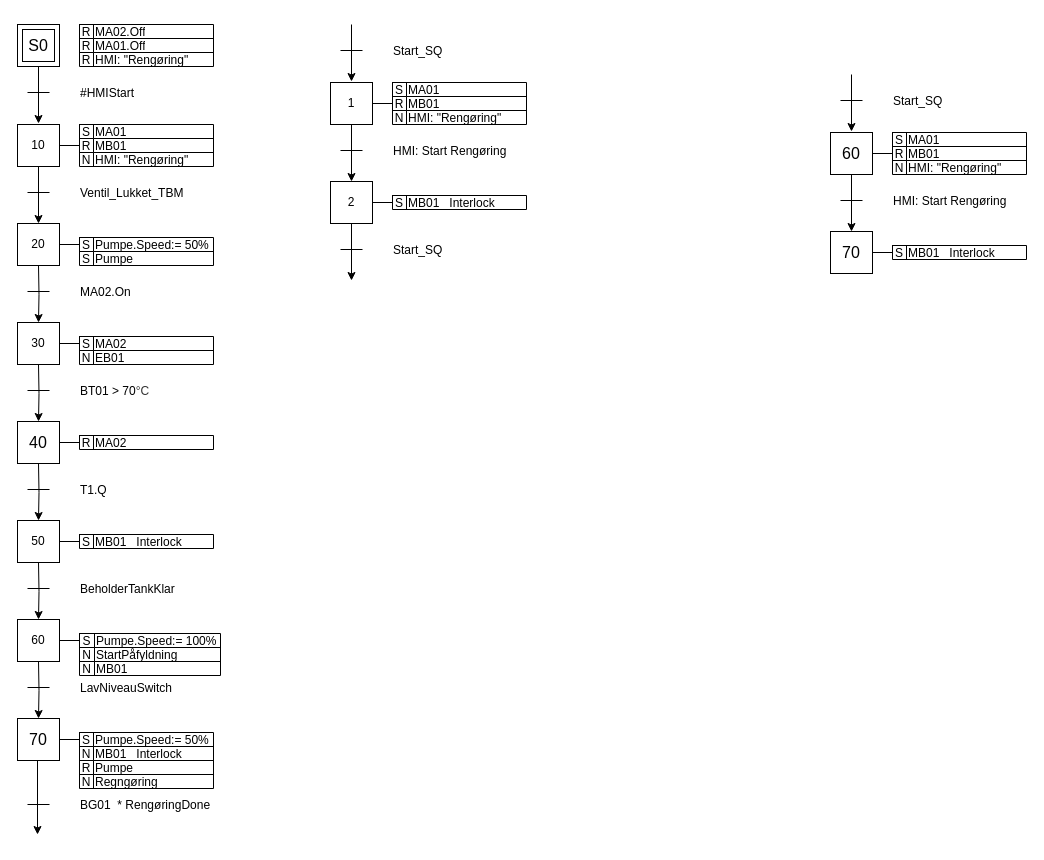
Before: Untitled Diagram.drawio in p0l3h/p0l3h, a draw.io diagram. Source tidied: cells renumbered, new cells numbered last; positions are measured from the earlier drawing's top-left corner, leaving out a move shared by most shapes. Both pictures are drawn from the tidied source at 100%, with x=0, y=0 at pixel (17, 24).
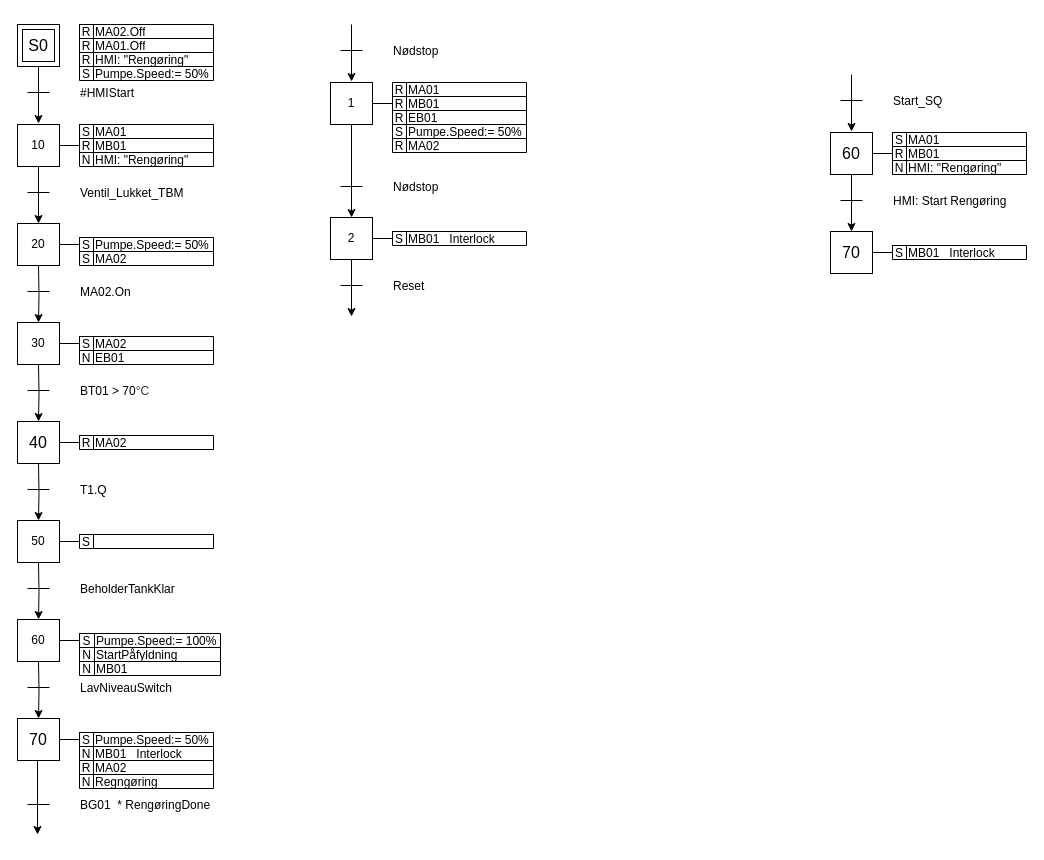
After the change.

The change refers to these unchanged cells:
```xml
<mxCell id="28" style="shape=tableRow;horizontal=0;startSize=0;swimlaneHead=0;swimlaneBody=0;strokeColor=inherit;top=0;left=0;bottom=0;right=0;fillColor=none;fontSize=16;" parent="24" vertex="1">
  <mxGeometry y="14" width="134" height="14" as="geometry" />
</mxCell>
<mxCell id="82" style="shape=tableRow;horizontal=0;startSize=0;swimlaneHead=0;swimlaneBody=0;strokeColor=inherit;top=0;left=0;bottom=0;right=0;fillColor=none;fontSize=16;" parent="81" vertex="1">
  <mxGeometry width="134" height="14" as="geometry" />
</mxCell>
<mxCell id="112" style="shape=tableRow;horizontal=0;startSize=0;swimlaneHead=0;swimlaneBody=0;strokeColor=inherit;top=0;left=0;bottom=0;right=0;fillColor=none;fontSize=16;" parent="105" vertex="1">
  <mxGeometry y="28" width="134" height="14" as="geometry" />
</mxCell>
<mxCell id="119" style="endArrow=none;html=1;" parent="1" edge="1">
  <mxGeometry relative="1" as="geometry">
    <mxPoint x="323" y="26" as="sourcePoint" />
    <mxPoint x="345" y="26" as="targetPoint" />
  </mxGeometry>
</mxCell>
<mxCell id="124" style="shape=tableRow;horizontal=0;startSize=0;swimlaneHead=0;swimlaneBody=0;strokeColor=inherit;top=0;left=0;bottom=0;right=0;fillColor=none;fontSize=16;" parent="123" vertex="1">
  <mxGeometry width="134" height="14" as="geometry" />
</mxCell>
<mxCell id="130" style="shape=tableRow;horizontal=0;startSize=0;swimlaneHead=0;swimlaneBody=0;strokeColor=inherit;top=0;left=0;bottom=0;right=0;fillColor=none;fontSize=16;" parent="123" vertex="1">
  <mxGeometry y="28" width="134" height="14" as="geometry" />
</mxCell>
```

Diff of the diagram source:
```diff
@@
-    <mxCell id="30" value="Pumpe" style="shape=partialRectangle;whiteSpace=wrap;strokeColor=inherit;overflow=hidden;fillColor=none;top=0;left=0;bottom=0;right=0;fontSize=12;align=left;verticalAlign=middle;html=1;spacing=0;spacingLeft=2;" parent="28" vertex="1">
+    <mxCell id="30" value="MA02" style="shape=partialRectangle;whiteSpace=wrap;strokeColor=inherit;overflow=hidden;fillColor=none;top=0;left=0;bottom=0;right=0;fontSize=12;align=left;verticalAlign=middle;html=1;spacing=0;spacingLeft=2;" parent="28" vertex="1">
       <mxGeometry x="14" width="120" height="14" as="geometry" />
     </mxCell>
@@
-    <mxCell id="84" value="MB01_ Interlock" style="shape=partialRectangle;whiteSpace=wrap;strokeColor=inherit;overflow=hidden;fillColor=none;top=0;left=0;bottom=0;right=0;fontSize=12;align=left;verticalAlign=middle;html=1;spacing=0;spacingLeft=2;" parent="82" vertex="1">
+    <mxCell id="84" style="shape=partialRectangle;whiteSpace=wrap;strokeColor=inherit;overflow=hidden;fillColor=none;top=0;left=0;bottom=0;right=0;fontSize=12;align=left;verticalAlign=middle;html=1;spacing=0;spacingLeft=2;" parent="82" vertex="1">
       <mxGeometry x="14" width="120" height="14" as="geometry" />
     </mxCell>
@@
-    <mxCell id="114" value="Pumpe" style="shape=partialRectangle;whiteSpace=wrap;strokeColor=inherit;overflow=hidden;fillColor=none;top=0;left=0;bottom=0;right=0;fontSize=12;align=left;verticalAlign=middle;html=1;spacing=0;spacingLeft=2;" parent="112" vertex="1">
+    <mxCell id="114" value="MA02" style="shape=partialRectangle;whiteSpace=wrap;strokeColor=inherit;overflow=hidden;fillColor=none;top=0;left=0;bottom=0;right=0;fontSize=12;align=left;verticalAlign=middle;html=1;spacing=0;spacingLeft=2;" parent="112" vertex="1">
       <mxGeometry x="14" width="120" height="14" as="geometry" />
     </mxCell>
@@
-    <mxCell id="120" value="Start_SQ" style="edgeLabel;html=1;align=left;verticalAlign=middle;labelBackgroundColor=none;fontSize=12;" parent="119" vertex="1">
+    <mxCell id="120" value="&lt;div&gt;Nødstop&lt;/div&gt;" style="edgeLabel;html=1;align=left;verticalAlign=middle;labelBackgroundColor=none;fontSize=12;strokeColor=none;" parent="119" vertex="1">
       <mxGeometry x="-0.87" y="-1" relative="1" as="geometry">
         <mxPoint x="50" y="-1" as="offset" />
       </mxGeometry>
     </mxCell>
@@
     <mxCell id="123" style="shape=table;startSize=0;childLayout=tableLayout;fontSize=12;rounded=1;swimlaneLine=1;align=left;spacing=2;" parent="1" vertex="1">
-      <mxGeometry x="375" y="58" width="134" height="42" as="geometry" />
+      <mxGeometry x="375" y="58" width="134" height="70" as="geometry" />
     </mxCell>
@@
-    <mxCell id="125" value="S" style="shape=partialRectangle;html=1;whiteSpace=wrap;strokeColor=inherit;overflow=hidden;fillColor=none;top=0;left=0;bottom=0;right=0;fontSize=12;align=center;verticalAlign=middle;labelPosition=center;verticalLabelPosition=middle;horizontal=1;spacing=0;" parent="124" vertex="1">
+    <mxCell id="125" value="R" style="shape=partialRectangle;html=1;whiteSpace=wrap;strokeColor=inherit;overflow=hidden;fillColor=none;top=0;left=0;bottom=0;right=0;fontSize=12;align=center;verticalAlign=middle;labelPosition=center;verticalLabelPosition=middle;horizontal=1;spacing=0;" parent="124" vertex="1">
       <mxGeometry width="14" height="14" as="geometry" />
     </mxCell>
@@
-    <mxCell id="131" value="N" style="shape=partialRectangle;html=1;whiteSpace=wrap;strokeColor=inherit;overflow=hidden;fillColor=none;top=0;left=0;bottom=0;right=0;fontSize=12;align=center;verticalAlign=middle;labelPosition=center;verticalLabelPosition=middle;horizontal=1;spacing=0;" parent="130" vertex="1">
+    <mxCell id="131" value="R" style="shape=partialRectangle;html=1;whiteSpace=wrap;strokeColor=inherit;overflow=hidden;fillColor=none;top=0;left=0;bottom=0;right=0;fontSize=12;align=center;verticalAlign=middle;labelPosition=center;verticalLabelPosition=middle;horizontal=1;spacing=0;" parent="130" vertex="1">
       <mxGeometry width="14" height="14" as="geometry" />
     </mxCell>
-    <mxCell id="132" value="HMI: &quot;Rengøring&quot;" style="shape=partialRectangle;whiteSpace=wrap;strokeColor=inherit;overflow=hidden;fillColor=none;top=0;left=0;bottom=0;right=0;fontSize=12;align=left;verticalAlign=middle;html=1;spacing=0;spacingLeft=2;" parent="130" vertex="1">
+    <mxCell id="132" value="EB01" style="shape=partialRectangle;whiteSpace=wrap;strokeColor=inherit;overflow=hidden;fillColor=none;top=0;left=0;bottom=0;right=0;fontSize=12;align=left;verticalAlign=middle;html=1;spacing=0;spacingLeft=2;" parent="130" vertex="1">
       <mxGeometry x="14" width="120" height="14" as="geometry" />
     </mxCell>
+    <mxCell id="158" style="shape=tableRow;horizontal=0;startSize=0;swimlaneHead=0;swimlaneBody=0;strokeColor=inherit;top=0;left=0;bottom=0;right=0;fillColor=none;fontSize=16;" parent="123" vertex="1">
+      <mxGeometry y="42" width="134" height="14" as="geometry" />
+    </mxCell>
+    <mxCell id="159" value="S" style="shape=partialRectangle;html=1;whiteSpace=wrap;strokeColor=inherit;overflow=hidden;fillColor=none;top=0;left=0;bottom=0;right=0;fontSize=12;align=center;verticalAlign=middle;labelPosition=center;verticalLabelPosition=middle;horizontal=1;spacing=0;" parent="158" vertex="1">
+      <mxGeometry width="14" height="14" as="geometry" />
+    </mxCell>
+    <mxCell id="160" value="&lt;div&gt;Pumpe.Speed:= 50%&lt;/div&gt;" style="shape=partialRectangle;whiteSpace=wrap;strokeColor=inherit;overflow=hidden;fillColor=none;top=0;left=0;bottom=0;right=0;fontSize=12;align=left;verticalAlign=middle;html=1;spacing=0;spacingLeft=2;" parent="158" vertex="1">
+      <mxGeometry x="14" width="120" height="14" as="geometry" />
+    </mxCell>
+    <mxCell id="161" style="shape=tableRow;horizontal=0;startSize=0;swimlaneHead=0;swimlaneBody=0;strokeColor=inherit;top=0;left=0;bottom=0;right=0;fillColor=none;fontSize=16;" parent="123" vertex="1">
+      <mxGeometry y="56" width="134" height="14" as="geometry" />
+    </mxCell>
+    <mxCell id="162" value="R" style="shape=partialRectangle;html=1;whiteSpace=wrap;strokeColor=inherit;overflow=hidden;fillColor=none;top=0;left=0;bottom=0;right=0;fontSize=12;align=center;verticalAlign=middle;labelPosition=center;verticalLabelPosition=middle;horizontal=1;spacing=0;" parent="161" vertex="1">
+      <mxGeometry width="14" height="14" as="geometry" />
+    </mxCell>
+    <mxCell id="163" value="MA02" style="shape=partialRectangle;whiteSpace=wrap;strokeColor=inherit;overflow=hidden;fillColor=none;top=0;left=0;bottom=0;right=0;fontSize=12;align=left;verticalAlign=middle;html=1;spacing=0;spacingLeft=2;" parent="161" vertex="1">
+      <mxGeometry x="14" width="120" height="14" as="geometry" />
+    </mxCell>
@@
     <mxCell id="134" value="2" style="whiteSpace=wrap;html=1;" parent="1" vertex="1">
-      <mxGeometry x="313" y="157" width="42" height="42" as="geometry" />
+      <mxGeometry x="313" y="193" width="42" height="42" as="geometry" />
     </mxCell>
@@
     <mxCell id="136" style="endArrow=none;html=1;" parent="1" edge="1">
       <mxGeometry relative="1" as="geometry">
-        <mxPoint x="323" y="126" as="sourcePoint" />
-        <mxPoint x="345" y="126" as="targetPoint" />
+        <mxPoint x="323" y="162" as="sourcePoint" />
+        <mxPoint x="345" y="162" as="targetPoint" />
       </mxGeometry>
     </mxCell>
-    <mxCell id="137" value="HMI: Start Rengøring" style="edgeLabel;html=1;align=left;verticalAlign=middle;labelBackgroundColor=none;fontSize=12;" parent="136" vertex="1">
+    <mxCell id="137" value="Nødstop" style="edgeLabel;html=1;align=left;verticalAlign=middle;labelBackgroundColor=none;fontSize=12;" parent="136" vertex="1">
       <mxGeometry x="-0.87" y="-1" relative="1" as="geometry">
         <mxPoint x="50" y="-1" as="offset" />
       </mxGeometry>
     </mxCell>
     <mxCell id="138" style="shape=table;startSize=0;childLayout=tableLayout;fontSize=12;rounded=1;swimlaneLine=1;align=left;spacing=2;" parent="1" vertex="1">
-      <mxGeometry x="375" y="171" width="134" height="14" as="geometry" />
+      <mxGeometry x="375" y="207" width="134" height="14" as="geometry" />
     </mxCell>
@@
     <mxCell id="142" style="edgeStyle=orthogonalEdgeStyle;rounded=0;orthogonalLoop=1;jettySize=auto;html=1;entryX=0.5;entryY=0;entryDx=0;entryDy=0;exitX=0.5;exitY=1;exitDx=0;exitDy=0;" parent="1" edge="1">
       <mxGeometry relative="1" as="geometry">
-        <mxPoint x="334" y="199" as="sourcePoint" />
-        <mxPoint x="334" y="256" as="targetPoint" />
+        <mxPoint x="334" y="235" as="sourcePoint" />
+        <mxPoint x="334" y="292" as="targetPoint" />
       </mxGeometry>
     </mxCell>
     <mxCell id="143" style="endArrow=none;html=1;" parent="1" edge="1">
       <mxGeometry relative="1" as="geometry">
-        <mxPoint x="323" y="225" as="sourcePoint" />
-        <mxPoint x="345" y="225" as="targetPoint" />
+        <mxPoint x="323" y="261" as="sourcePoint" />
+        <mxPoint x="345" y="261" as="targetPoint" />
       </mxGeometry>
     </mxCell>
-    <mxCell id="144" value="Start_SQ" style="edgeLabel;html=1;align=left;verticalAlign=middle;labelBackgroundColor=none;fontSize=12;" parent="143" vertex="1">
+    <mxCell id="144" value="Reset" style="edgeLabel;html=1;align=left;verticalAlign=middle;labelBackgroundColor=none;fontSize=12;" parent="143" vertex="1">
       <mxGeometry x="-0.87" y="-1" relative="1" as="geometry">
         <mxPoint x="50" y="-1" as="offset" />
       </mxGeometry>
     </mxCell>
@@
     <mxCell id="148" style="shape=table;startSize=0;childLayout=tableLayout;fontSize=12;rounded=1;swimlaneLine=1;align=left;spacing=2;" parent="1" vertex="1">
-      <mxGeometry x="62" width="134" height="42" as="geometry" />
+      <mxGeometry x="62" width="134" height="56" as="geometry" />
     </mxCell>
@@
+    <mxCell id="164" style="shape=tableRow;horizontal=0;startSize=0;swimlaneHead=0;swimlaneBody=0;strokeColor=inherit;top=0;left=0;bottom=0;right=0;fillColor=none;fontSize=16;" parent="148" vertex="1">
+      <mxGeometry y="42" width="134" height="14" as="geometry" />
+    </mxCell>
+    <mxCell id="165" value="S" style="shape=partialRectangle;html=1;whiteSpace=wrap;strokeColor=inherit;overflow=hidden;fillColor=none;top=0;left=0;bottom=0;right=0;fontSize=12;align=center;verticalAlign=middle;labelPosition=center;verticalLabelPosition=middle;horizontal=1;spacing=0;" parent="164" vertex="1">
+      <mxGeometry width="14" height="14" as="geometry" />
+    </mxCell>
+    <mxCell id="166" value="&lt;div&gt;Pumpe.Speed:= 50%&lt;/div&gt;" style="shape=partialRectangle;whiteSpace=wrap;strokeColor=inherit;overflow=hidden;fillColor=none;top=0;left=0;bottom=0;right=0;fontSize=12;align=left;verticalAlign=middle;html=1;spacing=0;spacingLeft=2;" parent="164" vertex="1">
+      <mxGeometry x="14" width="120" height="14" as="geometry" />
+    </mxCell>
```
